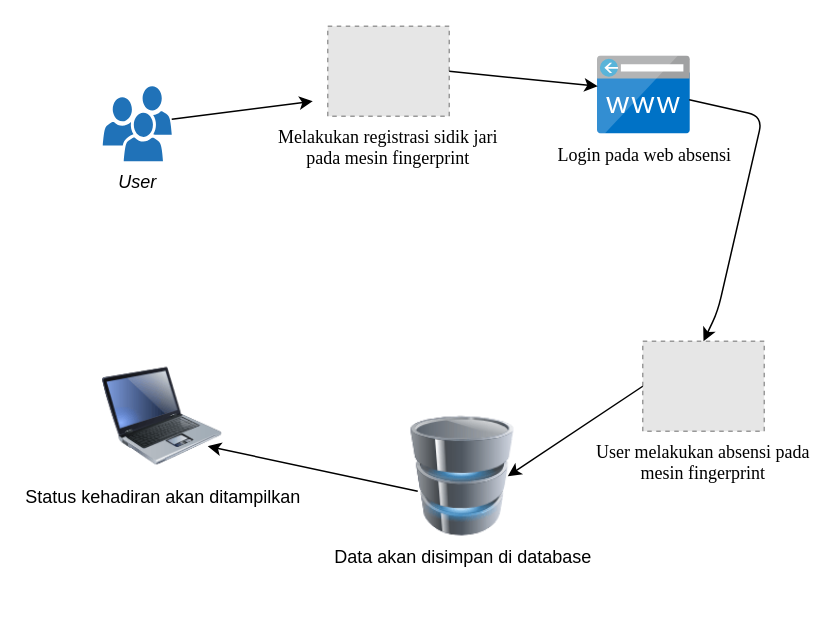
Earlier version of the draw.io diagram Untitled Diagram.drawio (ilhamGithub/test). Source tidied: cells renumbered, new cells numbered last; positions are measured from the earlier drawing's top-left corner, leaving out a move shared by most shapes. Both pictures are drawn from the tidied source at 150%, with x=0, y=0 at pixel (102, 26). Pictures stored in the file or linked from it are replaced by grey dashed boxes.
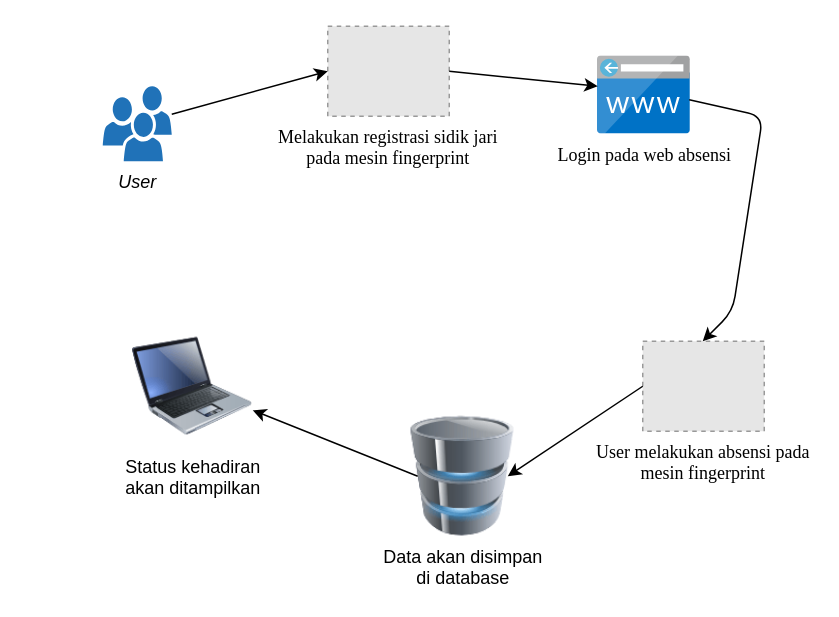
Above is the later version.

Diff of the diagram source:
```diff
@@
 <mxGraphModel background="#ffffff">
   <root>
     <mxCell id="0" />
     <mxCell id="1" parent="0" />
-    <mxCell id="2" value="&lt;div&gt;Status kehadiran akan ditampilkan&lt;/div&gt;&lt;div&gt;&lt;br&gt;&lt;/div&gt;" style="image;html=1;image=img/lib/clip_art/computers/Laptop_128x128.png;" parent="1" vertex="1">
-      <mxGeometry y="220" width="80" height="80" as="geometry" />
+    <mxCell id="2" value="&lt;div&gt;Status kehadiran &lt;br&gt;&lt;/div&gt;&lt;div&gt;akan ditampilkan&lt;/div&gt;&lt;div&gt;&lt;br&gt;&lt;/div&gt;" style="image;html=1;image=img/lib/clip_art/computers/Laptop_128x128.png;" parent="1" vertex="1">
+      <mxGeometry x="20" y="200" width="80" height="80" as="geometry" />
     </mxCell>
-    <mxCell id="3" value="&lt;div&gt;&lt;font face=&quot;Times New Roman&quot;&gt;Login pada web absensi&lt;/font&gt;&lt;/div&gt;&lt;div&gt;&lt;font face=&quot;Times New Roman&quot;&gt;&lt;br&gt;&lt;/font&gt;&lt;/div&gt;" style="html=1;points=[];align=center;image;fontSize=12;image=img/lib/mscae/CustomDomain.svg;" parent="1" vertex="1">
+    <mxCell id="3" value="&lt;div&gt;&lt;font&gt;Login pada web absensi&lt;/font&gt;&lt;/div&gt;&lt;div&gt;&lt;font&gt;&lt;br&gt;&lt;/font&gt;&lt;/div&gt;" style="html=1;points=[];align=center;image;fontSize=12;image=img/lib/mscae/CustomDomain.svg;fontFamily=Times New Roman;" parent="1" vertex="1">
       <mxGeometry x="330" y="20" width="61.9" height="52" as="geometry" />
     </mxCell>
-    <mxCell id="4" value="Data akan disimpan di database" style="image;html=1;image=img/lib/clip_art/computers/Database_128x128.png;" parent="1" vertex="1">
+    <mxCell id="4" value="&lt;div&gt;Data akan disimpan &lt;br&gt;&lt;/div&gt;&lt;div&gt;di database&lt;/div&gt;" style="image;html=1;image=img/lib/clip_art/computers/Database_128x128.png;" parent="1" vertex="1">
       <mxGeometry x="200" y="260" width="80" height="80" as="geometry" />
     </mxCell>
     <mxCell id="5" value="Melakukan registrasi sidik jari&#10;pada mesin fingerprint &#10;" style="fillColor=#E6E6E6;strokeColor=#999999;dashed=1;verticalLabelPosition=bottom;labelBackgroundColor=#ffffff;verticalAlign=top;fontFamily=Times New Roman;fontStyle=0;" parent="1" vertex="1">
       <mxGeometry x="150" width="81" height="60" as="geometry" />
     </mxCell>
     <mxCell id="6" value="&lt;i&gt;User&lt;/i&gt;" style="shadow=0;dashed=0;html=1;strokeColor=none;labelPosition=center;verticalLabelPosition=bottom;verticalAlign=top;outlineConnect=0;align=center;shape=mxgraph.office.users.users;fillColor=#2072B8;" parent="1" vertex="1">
       <mxGeometry y="40" width="46" height="50" as="geometry" />
     </mxCell>
     <mxCell id="7" value="User melakukan absensi pada &#10;mesin fingerprint" style="fillColor=#E6E6E6;strokeColor=#999999;dashed=1;verticalLabelPosition=bottom;labelBackgroundColor=#ffffff;verticalAlign=top;fontFamily=Times New Roman;fontStyle=0;" parent="1" vertex="1">
       <mxGeometry x="360" y="210" width="81" height="60" as="geometry" />
     </mxCell>
-    <mxCell id="8" style="endArrow=classic;html=1;fontFamily=Times New Roman;" parent="1" edge="1" source="6">
-      <mxGeometry relative="1" as="geometry">
-        <mxPoint x="140" y="50" as="targetPoint" />
-      </mxGeometry>
+    <mxCell id="8" style="endArrow=classic;html=1;fontFamily=Times New Roman;entryX=0;entryY=0.5;entryDx=0;entryDy=0;" parent="1" edge="1" source="6" target="5">
+      <mxGeometry relative="1" as="geometry" />
     </mxCell>
-    <mxCell id="9" style="endArrow=classic;html=1;fontFamily=Times New Roman;exitX=0.985;exitY=0.558;exitDx=0;exitDy=0;exitPerimeter=0;entryX=0.5;entryY=0;entryDx=0;entryDy=0;" parent="1" edge="1" source="3" target="7">
+    <mxCell id="9" style="endArrow=classic;html=1;fontFamily=Times New Roman;exitX=0.985;exitY=0.558;exitDx=0;exitDy=0;exitPerimeter=0;" parent="1" edge="1" source="3">
       <mxGeometry relative="1" as="geometry">
+        <mxPoint x="400" y="210" as="targetPoint" />
         <Array as="points">
           <mxPoint x="440" y="60" />
-          <mxPoint x="410" y="190" />
+          <mxPoint x="420" y="190" />
         </Array>
       </mxGeometry>
     </mxCell>
     <mxCell id="10" style="endArrow=classic;html=1;fontFamily=Times New Roman;exitX=1;exitY=0.5;exitDx=0;exitDy=0;entryX=0;entryY=0.385;entryDx=0;entryDy=0;entryPerimeter=0;" parent="1" edge="1" source="5" target="3">
       <mxGeometry relative="1" as="geometry" />
     </mxCell>
     <mxCell id="11" style="endArrow=classic;html=1;fontFamily=Times New Roman;exitX=0;exitY=0.5;exitDx=0;exitDy=0;entryX=0.875;entryY=0.5;entryDx=0;entryDy=0;entryPerimeter=0;" parent="1" edge="1" source="7" target="4">
       <mxGeometry relative="1" as="geometry" />
     </mxCell>
-    <mxCell id="12" style="endArrow=classic;html=1;fontFamily=Times New Roman;exitX=0.125;exitY=0.625;exitDx=0;exitDy=0;exitPerimeter=0;" parent="1" edge="1" source="4">
+    <mxCell id="12" style="endArrow=classic;html=1;fontFamily=Times New Roman;" parent="1" edge="1" target="2">
       <mxGeometry relative="1" as="geometry">
-        <mxPoint x="70" y="280" as="targetPoint" />
+        <mxPoint x="210" y="300" as="sourcePoint" />
       </mxGeometry>
     </mxCell>
   </root>
 </mxGraphModel>
```
